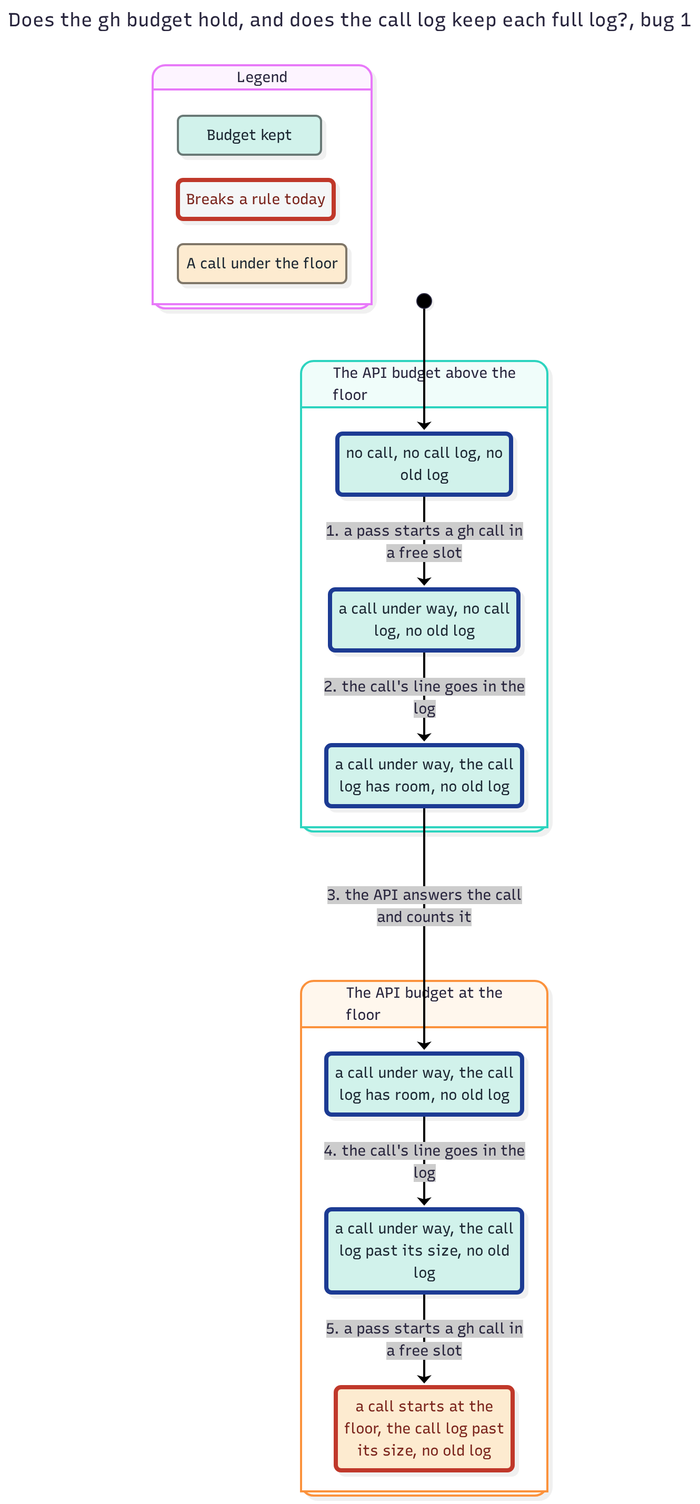
JoshuaHayesWasHere/jstack keeps this Mermaid diagram as features/jsettings/spec/GhBudget-statechart/bug-1.png. Above is the earlier version. Its source is kept beside it as features/jsettings/spec/GhBudget-statechart/bug-1.mmd.
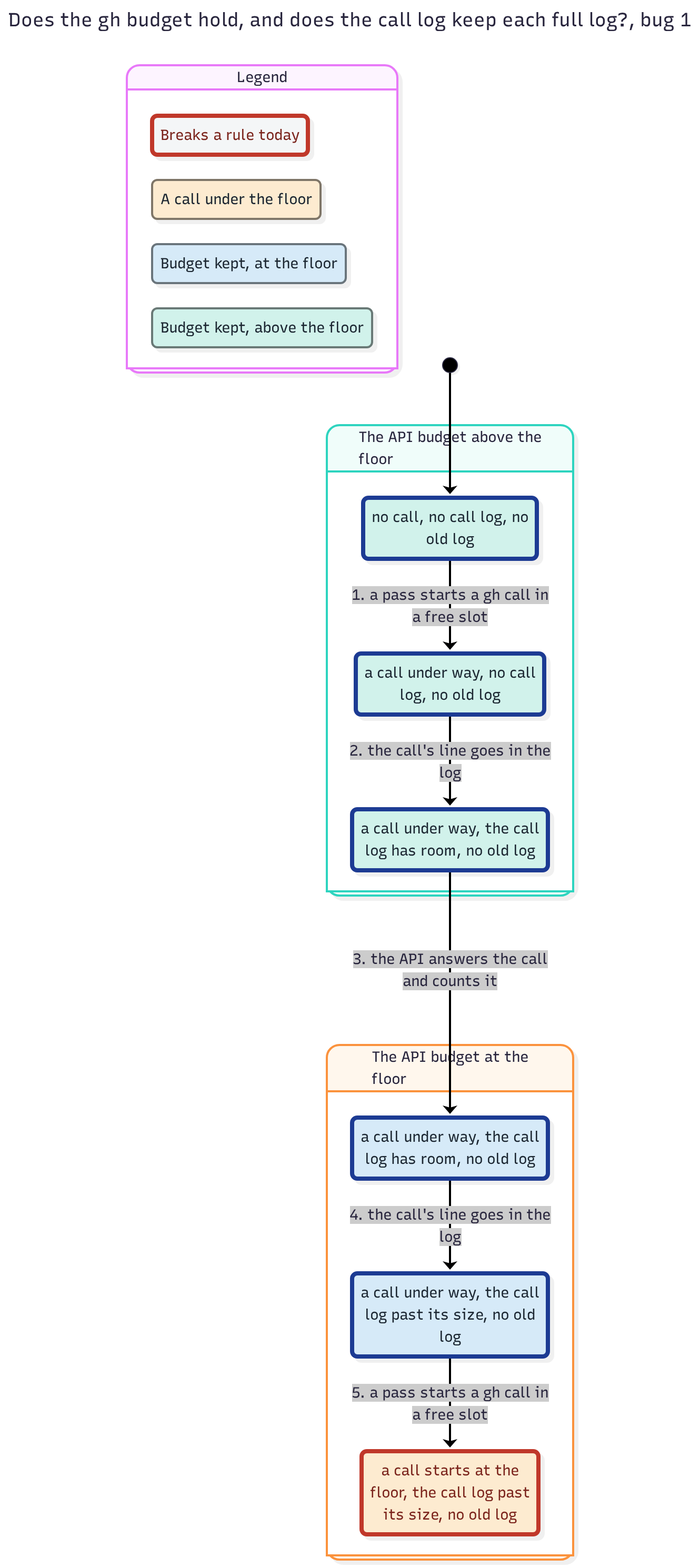
After the change.

Commit message:
fix(jsettings): GhBudget's chart splits the kept budget by the floor, so no group holds more than 15 states

Diff of the diagram source:
```diff
@@ -9,15 +9,19 @@
   classDef plainWrong fill:#f4f6f7,stroke:#c0392b,stroke-width:4px,color:#7b241c
   classDef group0 fill:#d1f2eb,stroke:#697976,color:#1b2631
   classDef group0Path fill:#d1f2eb,stroke:#1f3a93,stroke-width:4px,color:#1b2631
-  classDef group1 fill:#fdebd0,stroke:#7f7668,color:#1b2631
-  classDef group1Wrong fill:#fdebd0,stroke:#c0392b,stroke-width:4px,color:#7b241c
+  classDef group1 fill:#d6eaf8,stroke:#6b757c,color:#1b2631
+  classDef group1Path fill:#d6eaf8,stroke:#1f3a93,stroke-width:4px,color:#1b2631
+  classDef group2 fill:#fdebd0,stroke:#7f7668,color:#1b2631
+  classDef group2Wrong fill:#fdebd0,stroke:#c0392b,stroke-width:4px,color:#7b241c
   state "Legend" as legend {
-    state "Budget kept" as legendGroup0
-    state "A call under the floor" as legendGroup1
+    state "Budget kept, above the floor" as legendGroup0
+    state "Budget kept, at the floor" as legendGroup1
+    state "A call under the floor" as legendGroup2
     state "Breaks a rule today" as legendWrong
   }
   class legendGroup0 group0
   class legendGroup1 group1
+  class legendGroup2 group2
   class legendWrong plainWrong
   state "The API budget above the<br/>floor" as g0 {
     state "a call under way, no call<br/>log, no old log" as s0
@@ -38,6 +42,6 @@
   class s0 group0Path
   class s1 group0Path
   class s2 group0Path
-  class s3 group1Wrong
-  class s4 group0Path
-  class s5 group0Path
+  class s3 group2Wrong
+  class s4 group1Path
+  class s5 group1Path
```
